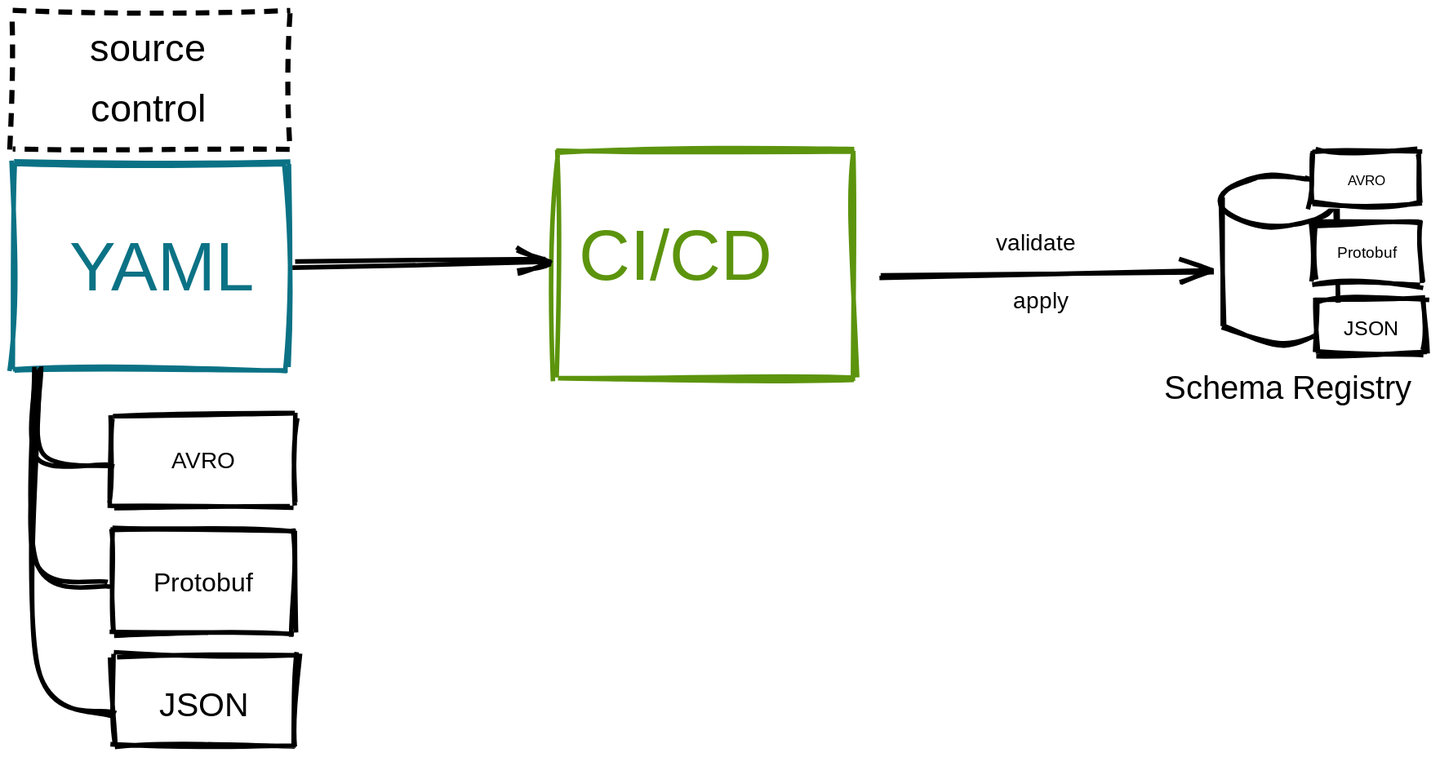
Above: schema-registry-gitops.svg in domnikl/schema-registry-gitops (Excalidraw), before the change. Source tidied: one line per element, renumbered; positions are measured from the earlier drawing's top-left corner, leaving out a move shared by most shapes.
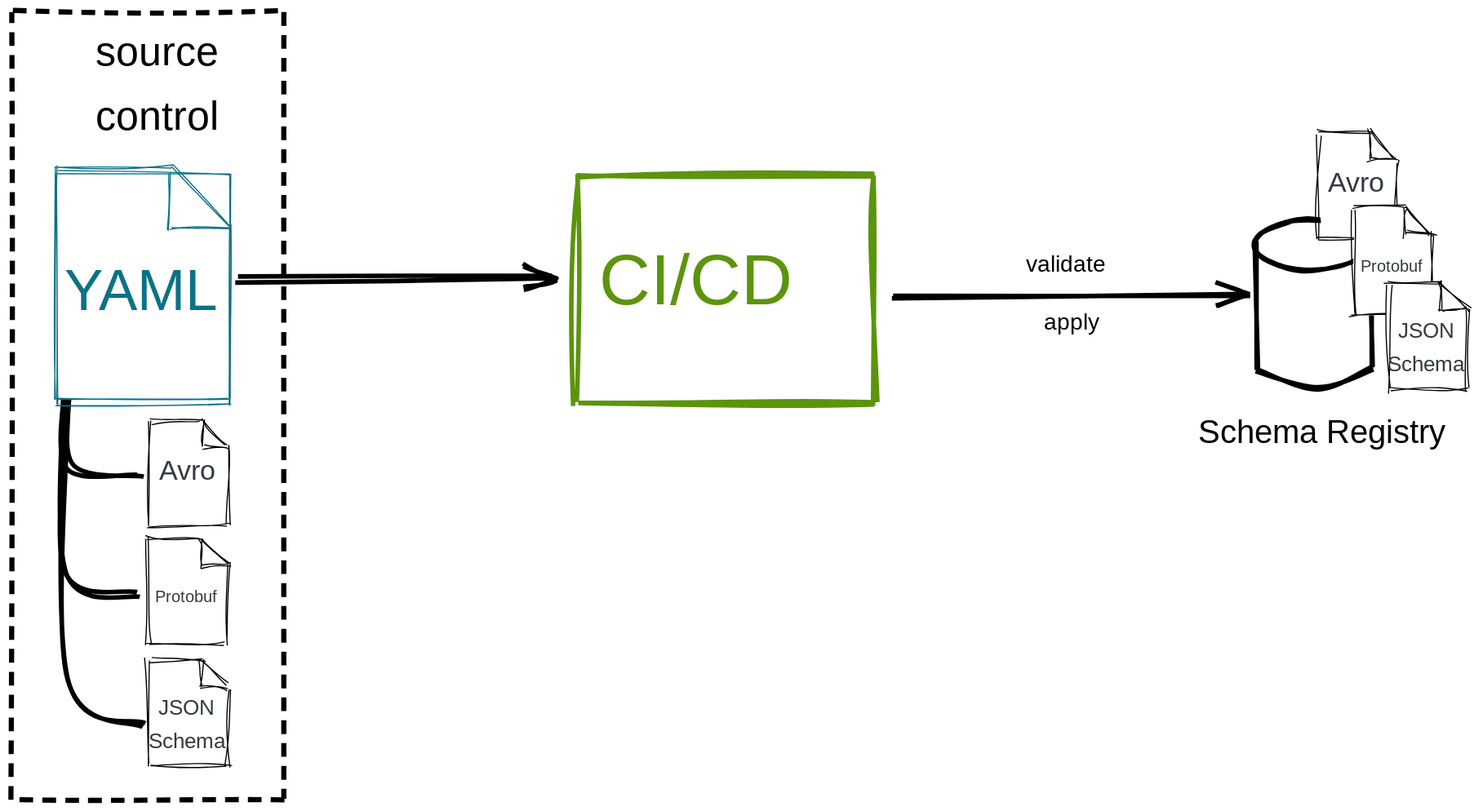
The same file after the commit.

Change to the diagram source:
```diff
@@ -1,30 +1,51 @@
-{"id": 0, "type": "rectangle", "strokeColor": "#5c940d", "strokeWidth": 4, "roughness": 2, "x": 477, "y": 122, "width": 260, "height": 200}
+{"id": 0, "type": "rectangle", "strokeColor": "#5c940d", "strokeWidth": 4, "roughness": 2, "x": 469, "y": 135, "width": 260, "height": 200}
-{"id": 1, "type": "text", "text": "CI/CD", "strokeColor": "#5c940d", "strokeWidth": 4, "roughness": 2, "fontSize": 62.5, "fontFamily": 1, "x": 497, "y": 162, "width": 228, "height": 100}
+{"id": 1, "type": "text", "text": "CI/CD", "strokeColor": "#5c940d", "strokeWidth": 4, "roughness": 2, "fontSize": 62.5, "fontFamily": 1, "x": 489, "y": 175, "width": 228, "height": 100}
-{"id": 2, "type": "rectangle", "strokeColor": "#0b7285", "strokeWidth": 4, "roughness": 2, "x": 2, "y": 133, "width": 240, "height": 180}
-{"id": 3, "type": "text", "text": "YAML", "strokeColor": "#0b7285", "strokeWidth": 4, "roughness": 2, "fontSize": 60.87, "fontFamily": 1, "textAlign": "center", "verticalAlign": "middle", "x": 62, "y": 173, "width": 140, "height": 97}
-{"id": 4, "type": "rectangle", "strokeColor": "#000000", "strokeWidth": 4, "roughness": 2, "x": 88, "y": 353, "width": 160, "height": 80}
-{"id": 5, "type": "text", "text": "AVRO", "strokeColor": "#000000", "strokeWidth": 4, "roughness": 2, "fontSize": 20, "fontFamily": 1, "textAlign": "center", "verticalAlign": "middle", "x": 143, "y": 377, "width": 50, "height": 32}
-{"id": 6, "type": "rectangle", "strokeColor": "#000000", "strokeWidth": 4, "roughness": 2, "x": 88, "y": 453, "width": 160, "height": 91}
-{"id": 7, "type": "text", "text": "Protobuf", "strokeColor": "#000000", "strokeWidth": 4, "roughness": 2, "fontSize": 22.86, "fontFamily": 1, "textAlign": "center", "verticalAlign": "middle", "x": 118, "y": 481, "width": 99, "height": 37}
-{"id": 8, "type": "rectangle", "strokeColor": "#000000", "strokeWidth": 4, "roughness": 2, "x": 89, "y": 563, "width": 160, "height": 80}
-{"id": 9, "type": "text", "text": "JSON", "strokeColor": "#000000", "strokeWidth": 4, "roughness": 2, "fontSize": 29.49, "fontFamily": 1, "textAlign": "center", "verticalAlign": "middle", "x": 129, "y": 583, "width": 80, "height": 46}
 {"id": 10, "type": "line", "strokeColor": "#000000", "strokeWidth": 4, "roughness": 2, "x": 22, "y": 314, "width": 64, "height": 86, "points": [[0, 0], [2, 74], [64, 86]]}
 {"id": 11, "type": "line", "strokeColor": "#000000", "strokeWidth": 4, "roughness": 2, "x": 22, "y": 313, "width": 66, "height": 188, "points": [[0, 0], [0, 167], [66, 188]]}
 {"id": 12, "type": "line", "strokeColor": "#000000", "strokeWidth": 4, "roughness": 2, "x": 22, "y": 313, "width": 71, "height": 301, "points": [[0, 0], [0, 260], [71, 301]]}
-{"id": 13, "type": "arrow", "strokeColor": "#000000", "strokeWidth": 4, "roughness": 2, "endArrowhead": "arrow", "from": 2, "to": 0, "x": 246, "y": 220, "width": 223, "height": 1, "points": [[0, 0], [223, -1]]}
+{"id": 13, "type": "arrow", "strokeColor": "#000000", "strokeWidth": 4, "roughness": 2, "endArrowhead": "arrow", "from": 33, "to": 0, "x": 171, "y": 225, "width": 279, "height": 0, "points": [[0, 0], [279, 0]]}
-{"id": 14, "type": "ellipse", "strokeColor": "#000000", "strokeWidth": 4, "roughness": 1, "x": 1058, "y": 144, "width": 100, "height": 45}
+{"id": 14, "type": "ellipse", "strokeColor": "#000000", "strokeWidth": 4, "roughness": 1, "x": 1062, "y": 173, "width": 100, "height": 45}
-{"id": 15, "type": "line", "strokeColor": "#000000", "strokeWidth": 4, "roughness": 1, "x": 1060, "y": 164, "width": 2, "height": 112, "points": [[0, 0], [2, 112]]}
+{"id": 15, "type": "line", "strokeColor": "#000000", "strokeWidth": 4, "roughness": 1, "x": 1064, "y": 194, "width": 2, "height": 112, "points": [[0, 0], [2, 112]]}
-{"id": 16, "type": "line", "strokeColor": "#000000", "strokeWidth": 4, "roughness": 1, "x": 1159, "y": 162, "width": 2, "height": 112, "points": [[0, 0], [2, 112]]}
+{"id": 16, "type": "line", "strokeColor": "#000000", "strokeWidth": 4, "roughness": 1, "x": 1163, "y": 192, "width": 2, "height": 112, "points": [[0, 0], [2, 112]]}
-{"id": 17, "type": "line", "strokeColor": "#000000", "angle": 0.45, "strokeWidth": 4, "roughness": 1, "x": 1066, "y": 284, "width": 90, "height": 47, "points": [[0, 14], [54, 6], [90, -33]]}
+{"id": 17, "type": "line", "strokeColor": "#000000", "angle": 0.45, "strokeWidth": 4, "roughness": 1, "x": 1070, "y": 313, "width": 90, "height": 47, "points": [[0, 14], [54, 6], [90, -33]]}
-{"id": 18, "type": "text", "text": "Schema Registry", "strokeColor": "#000000", "backgroundColor": "#82c91e", "fillStyle": "hachure", "strokeWidth": 4, "roughness": 1, "fontSize": 28.75, "fontFamily": 1, "x": 1009, "y": 307, "width": 231, "height": 46}
+{"id": 18, "type": "text", "text": "Schema Registry", "strokeColor": "#000000", "backgroundColor": "#82c91e", "fillStyle": "hachure", "strokeWidth": 4, "roughness": 1, "fontSize": 28.75, "fontFamily": 1, "x": 1013, "y": 336, "width": 231, "height": 46}
-{"id": 19, "type": "arrow", "strokeColor": "#000000", "backgroundColor": "#82c91e", "fillStyle": "hachure", "strokeWidth": 4, "roughness": 1, "endArrowhead": "arrow", "from": 0, "x": 760, "y": 232, "width": 293, "height": 4, "points": [[0, 0], [293, -4]]}
+{"id": 19, "type": "arrow", "strokeColor": "#000000", "backgroundColor": "#82c91e", "fillStyle": "hachure", "strokeWidth": 4, "roughness": 1, "endArrowhead": "arrow", "from": 0, "x": 745, "y": 241, "width": 313, "height": 1, "points": [[0, 0], [313, -1]]}
-{"id": 20, "type": "text", "text": "validate", "strokeColor": "#000000", "backgroundColor": "#82c91e", "fillStyle": "hachure", "strokeWidth": 4, "roughness": 1, "fontSize": 20, "fontFamily": 1, "x": 862, "y": 187, "width": 78, "height": 32}
+{"id": 20, "type": "text", "text": "validate", "strokeColor": "#000000", "backgroundColor": "#82c91e", "fillStyle": "hachure", "strokeWidth": 4, "roughness": 1, "fontSize": 20, "fontFamily": 1, "x": 862, "y": 196, "width": 78, "height": 32}
-{"id": 21, "type": "text", "text": "apply", "strokeColor": "#000000", "backgroundColor": "#82c91e", "fillStyle": "hachure", "strokeWidth": 4, "roughness": 1, "fontSize": 20, "fontFamily": 1, "x": 877, "y": 237, "width": 48, "height": 32}
+{"id": 21, "type": "text", "text": "apply", "strokeColor": "#000000", "backgroundColor": "#82c91e", "fillStyle": "hachure", "strokeWidth": 4, "roughness": 1, "fontSize": 20, "fontFamily": 1, "x": 878, "y": 247, "width": 48, "height": 32}
-{"id": 22, "type": "rectangle", "strokeColor": "#000000", "strokeWidth": 4, "strokeStyle": "dashed", "roughness": 1, "x": 0, "y": 0, "width": 242, "height": 120}
+{"id": 22, "type": "rectangle", "strokeColor": "#000000", "strokeWidth": 4, "strokeStyle": "dashed", "roughness": 1, "x": -26, "y": -9, "width": 238, "height": 690}
-{"id": 23, "type": "text", "text": "source\ncontrol", "strokeColor": "#000000", "strokeWidth": 4, "strokeStyle": "dashed", "roughness": 1, "fontSize": 33.6, "fontFamily": 1, "textAlign": "center", "verticalAlign": "middle", "x": 63, "y": 6, "width": 114, "height": 106}
+{"id": 23, "type": "text", "text": "source\ncontrol", "strokeColor": "#000000", "strokeWidth": 4, "strokeStyle": "dashed", "roughness": 1, "fontSize": 35.83, "fontFamily": 1, "textAlign": "center", "verticalAlign": "middle", "x": 41, "y": -3, "width": 121, "height": 113}
-{"id": 24, "type": "rectangle", "strokeColor": "#000000", "backgroundColor": "#ffffff", "fillStyle": "solid", "strokeWidth": 4, "roughness": 2, "x": 1138, "y": 122, "width": 95, "height": 48}
-{"id": 25, "type": "text", "text": "AVRO", "strokeColor": "#000000", "backgroundColor": "#ffffff", "fillStyle": "solid", "strokeWidth": 4, "roughness": 2, "fontSize": 11.9, "fontFamily": 1, "textAlign": "center", "verticalAlign": "middle", "x": 1171, "y": 137, "width": 30, "height": 19}
-{"id": 26, "type": "rectangle", "strokeColor": "#000000", "backgroundColor": "#ffffff", "fillStyle": "solid", "strokeWidth": 4, "roughness": 2, "x": 1139, "y": 184, "width": 95, "height": 54}
-{"id": 27, "type": "text", "text": "Protobuf", "strokeColor": "#000000", "backgroundColor": "#ffffff", "fillStyle": "solid", "strokeWidth": 4, "roughness": 2, "fontSize": 13.6, "fontFamily": 1, "textAlign": "center", "verticalAlign": "middle", "x": 1157, "y": 200, "width": 59, "height": 22}
-{"id": 28, "type": "rectangle", "strokeColor": "#000000", "backgroundColor": "#ffffff", "fillStyle": "solid", "strokeWidth": 4, "roughness": 2, "x": 1142, "y": 251, "width": 96, "height": 48}
-{"id": 29, "type": "text", "text": "JSON", "strokeColor": "#000000", "backgroundColor": "#ffffff", "fillStyle": "solid", "strokeWidth": 4, "roughness": 2, "fontSize": 17.7, "fontFamily": 1, "textAlign": "center", "verticalAlign": "middle", "x": 1166, "y": 263, "width": 48, "height": 28}
+{"id": 30, "type": "line", "strokeColor": "#0b7285", "backgroundColor": "#fff", "fillStyle": "solid", "strokeWidth": 1, "roughness": 1, "x": 12, "y": 127, "width": 153, "height": 203, "points": [[0, 0], [102, 0], [153, 51], [153, 203], [0, 203], [0, 0]]}
+{"id": 31, "type": "line", "strokeColor": "#0b7285", "backgroundColor": "#fff", "fillStyle": "solid", "strokeWidth": 1, "roughness": 1, "x": 112, "y": 132, "width": 0, "height": 51, "points": [[0, 0], [0, 51]]}
+{"id": 32, "type": "line", "strokeColor": "#0b7285", "backgroundColor": "#fff", "fillStyle": "solid", "strokeWidth": 1, "roughness": 1, "x": 114, "y": 181, "width": 51, "height": 0, "points": [[0, 0], [51, 0]]}
+{"id": 33, "type": "rectangle", "strokeColor": "#0b7285", "strokeWidth": 1, "roughness": 1, "x": 13, "y": 132, "width": 153, "height": 203}
+{"id": 3, "type": "text", "text": "YAML", "strokeColor": "#0b7285", "backgroundColor": "#ffffff", "fillStyle": "solid", "strokeWidth": 4, "strokeStyle": "dashed", "roughness": 1, "fontSize": 50.85, "fontFamily": 1, "textAlign": "center", "verticalAlign": "middle", "x": 29, "y": 193, "width": 117, "height": 81}
+{"id": 34, "type": "line", "strokeColor": "#000000", "backgroundColor": "#fff", "fillStyle": "solid", "strokeWidth": 1, "roughness": 2, "x": 94, "y": 349, "width": 70, "height": 93, "points": [[0, 0], [46, 0], [70, 23], [70, 93], [0, 93], [0, 0]]}
+{"id": 35, "type": "line", "strokeColor": "#000000", "backgroundColor": "#fff", "fillStyle": "solid", "strokeWidth": 1, "roughness": 2, "x": 141, "y": 349, "width": 0, "height": 23, "points": [[0, 0], [0, 23]]}
+{"id": 36, "type": "line", "strokeColor": "#000000", "backgroundColor": "#fff", "fillStyle": "solid", "strokeWidth": 1, "roughness": 2, "x": 141, "y": 372, "width": 23, "height": 0, "points": [[0, 0], [23, 0]]}
+{"id": 37, "type": "rectangle", "strokeColor": "transparent", "strokeWidth": 1, "roughness": 2, "x": 95, "y": 350, "width": 70, "height": 93}
+{"id": 38, "type": "text", "text": "Avro", "strokeColor": "#343a40", "backgroundColor": "#ffffff", "fillStyle": "solid", "strokeWidth": 4, "strokeStyle": "dashed", "roughness": 1, "fontSize": 24.1, "fontFamily": 1, "textAlign": "center", "verticalAlign": "middle", "x": 101, "y": 374, "width": 54, "height": 38}
+{"id": 39, "type": "line", "strokeColor": "#000000", "backgroundColor": "#fff", "fillStyle": "solid", "strokeWidth": 1, "roughness": 2, "x": 93, "y": 452, "width": 70, "height": 93, "points": [[0, 0], [46, 0], [70, 23], [70, 93], [0, 93], [0, 0]]}
+{"id": 40, "type": "line", "strokeColor": "#000000", "backgroundColor": "#fff", "fillStyle": "solid", "strokeWidth": 1, "roughness": 2, "x": 140, "y": 452, "width": 0, "height": 23, "points": [[0, 0], [0, 23]]}
+{"id": 41, "type": "line", "strokeColor": "#000000", "backgroundColor": "#fff", "fillStyle": "solid", "strokeWidth": 1, "roughness": 2, "x": 140, "y": 475, "width": 23, "height": 0, "points": [[0, 0], [23, 0]]}
+{"id": 42, "type": "rectangle", "strokeColor": "transparent", "strokeWidth": 1, "roughness": 2, "x": 94, "y": 453, "width": 70, "height": 93}
+{"id": 43, "type": "text", "text": "Protobuf", "strokeColor": "#343a40", "backgroundColor": "#ffffff", "fillStyle": "solid", "strokeWidth": 4, "strokeStyle": "dashed", "roughness": 1, "fontSize": 14.46, "fontFamily": 1, "textAlign": "center", "verticalAlign": "middle", "x": 96, "y": 491, "width": 63, "height": 23}
+{"id": 44, "type": "line", "strokeColor": "#000000", "backgroundColor": "#fff", "fillStyle": "solid", "strokeWidth": 1, "roughness": 2, "x": 94, "y": 560, "width": 70, "height": 93, "points": [[0, 0], [46, 0], [70, 23], [70, 93], [0, 93], [0, 0]]}
+{"id": 45, "type": "line", "strokeColor": "#000000", "backgroundColor": "#fff", "fillStyle": "solid", "strokeWidth": 1, "roughness": 2, "x": 141, "y": 560, "width": 0, "height": 23, "points": [[0, 0], [0, 23]]}
+{"id": 46, "type": "line", "strokeColor": "#000000", "backgroundColor": "#fff", "fillStyle": "solid", "strokeWidth": 1, "roughness": 2, "x": 141, "y": 583, "width": 23, "height": 0, "points": [[0, 0], [23, 0]]}
+{"id": 47, "type": "rectangle", "strokeColor": "transparent", "strokeWidth": 1, "roughness": 2, "x": 95, "y": 560, "width": 70, "height": 93}
+{"id": 48, "type": "text", "text": "JSON\nSchema", "strokeColor": "#343a40", "backgroundColor": "#ffffff", "fillStyle": "solid", "strokeWidth": 4, "strokeStyle": "dashed", "roughness": 1, "fontSize": 18.36, "fontFamily": 1, "textAlign": "center", "x": 96, "y": 586, "width": 63, "height": 58}
+{"id": 49, "type": "line", "strokeColor": "#000000", "backgroundColor": "#fff", "fillStyle": "solid", "strokeWidth": 1, "roughness": 2, "x": 1117, "y": 97, "width": 70, "height": 93, "points": [[0, 0], [46, 0], [70, 23], [70, 93], [0, 93], [0, 0]]}
+{"id": 50, "type": "line", "strokeColor": "#000000", "backgroundColor": "#fff", "fillStyle": "solid", "strokeWidth": 1, "roughness": 2, "x": 1164, "y": 97, "width": 0, "height": 23, "points": [[0, 0], [0, 23]]}
+{"id": 51, "type": "line", "strokeColor": "#000000", "backgroundColor": "#fff", "fillStyle": "solid", "strokeWidth": 1, "roughness": 2, "x": 1164, "y": 120, "width": 23, "height": 0, "points": [[0, 0], [23, 0]]}
+{"id": 52, "type": "rectangle", "strokeColor": "transparent", "strokeWidth": 1, "roughness": 2, "x": 1118, "y": 97, "width": 70, "height": 93}
+{"id": 53, "type": "text", "text": "Avro", "strokeColor": "#343a40", "backgroundColor": "#ffffff", "fillStyle": "solid", "strokeWidth": 4, "strokeStyle": "dashed", "roughness": 1, "fontSize": 24.1, "fontFamily": 1, "textAlign": "center", "verticalAlign": "middle", "x": 1124, "y": 122, "width": 54, "height": 38}
+{"id": 54, "type": "line", "strokeColor": "#000000", "backgroundColor": "#fff", "fillStyle": "solid", "strokeWidth": 1, "roughness": 2, "x": 1148, "y": 163, "width": 70, "height": 93, "points": [[0, 0], [46, 0], [70, 23], [70, 93], [0, 93], [0, 0]]}
+{"id": 55, "type": "line", "strokeColor": "#000000", "backgroundColor": "#fff", "fillStyle": "solid", "strokeWidth": 1, "roughness": 2, "x": 1195, "y": 163, "width": 0, "height": 23, "points": [[0, 0], [0, 23]]}
+{"id": 56, "type": "line", "strokeColor": "#000000", "backgroundColor": "#fff", "fillStyle": "solid", "strokeWidth": 1, "roughness": 2, "x": 1195, "y": 186, "width": 23, "height": 0, "points": [[0, 0], [23, 0]]}
+{"id": 57, "type": "rectangle", "strokeColor": "transparent", "strokeWidth": 1, "roughness": 2, "x": 1149, "y": 163, "width": 70, "height": 93}
+{"id": 58, "type": "text", "text": "Protobuf", "strokeColor": "#343a40", "backgroundColor": "#ffffff", "fillStyle": "solid", "strokeWidth": 4, "strokeStyle": "dashed", "roughness": 1, "fontSize": 14.46, "fontFamily": 1, "textAlign": "center", "verticalAlign": "middle", "x": 1151, "y": 202, "width": 63, "height": 23}
+{"id": 59, "type": "line", "strokeColor": "#000000", "backgroundColor": "#fff", "fillStyle": "solid", "strokeWidth": 1, "roughness": 2, "x": 1179, "y": 229, "width": 70, "height": 93, "points": [[0, 0], [46, 0], [70, 23], [70, 93], [0, 93], [0, 0]]}
+{"id": 60, "type": "line", "strokeColor": "#000000", "backgroundColor": "#fff", "fillStyle": "solid", "strokeWidth": 1, "roughness": 2, "x": 1226, "y": 229, "width": 0, "height": 23, "points": [[0, 0], [0, 23]]}
+{"id": 61, "type": "line", "strokeColor": "#000000", "backgroundColor": "#fff", "fillStyle": "solid", "strokeWidth": 1, "roughness": 2, "x": 1226, "y": 252, "width": 23, "height": 0, "points": [[0, 0], [23, 0]]}
+{"id": 62, "type": "rectangle", "strokeColor": "transparent", "strokeWidth": 1, "roughness": 2, "x": 1179, "y": 230, "width": 70, "height": 93}
+{"id": 63, "type": "text", "text": "JSON\nSchema", "strokeColor": "#343a40", "backgroundColor": "#ffffff", "fillStyle": "solid", "strokeWidth": 4, "strokeStyle": "dashed", "roughness": 1, "fontSize": 18.36, "fontFamily": 1, "textAlign": "center", "x": 1181, "y": 255, "width": 63, "height": 58}
```
